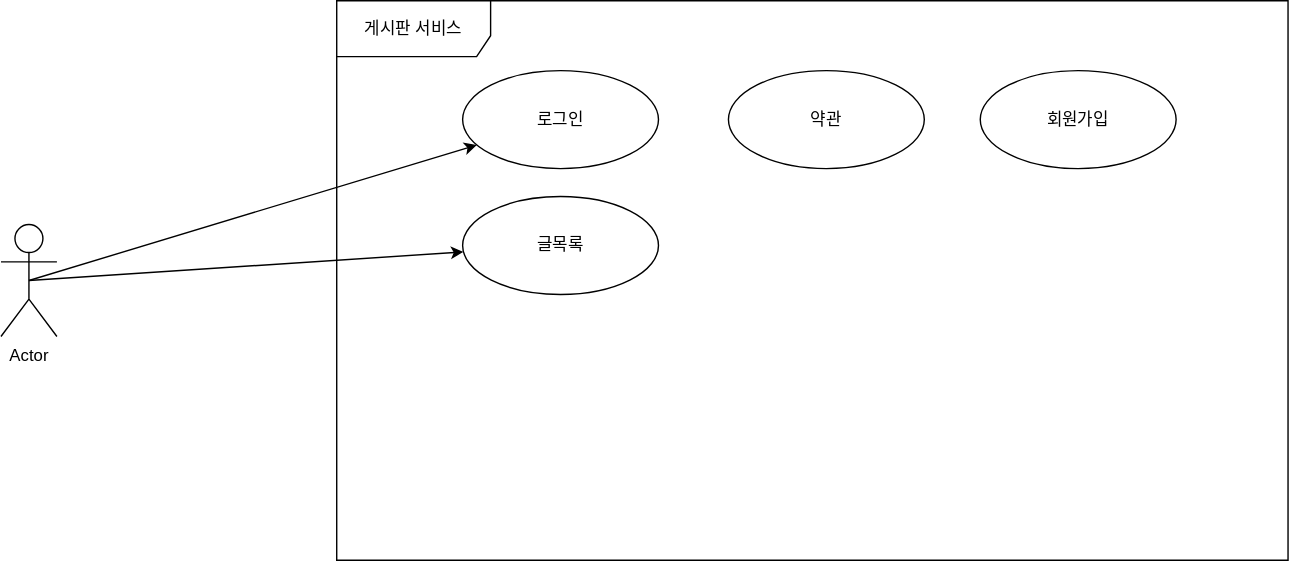
This is JBoard1/게시판 서비스.drawio.svg from hyun7494/JSP, a draw.io export, as it was before one commit. Source tidied: cells renumbered, new cells last; positions are measured from the earlier drawing's top-left corner, leaving out a move shared by most shapes.
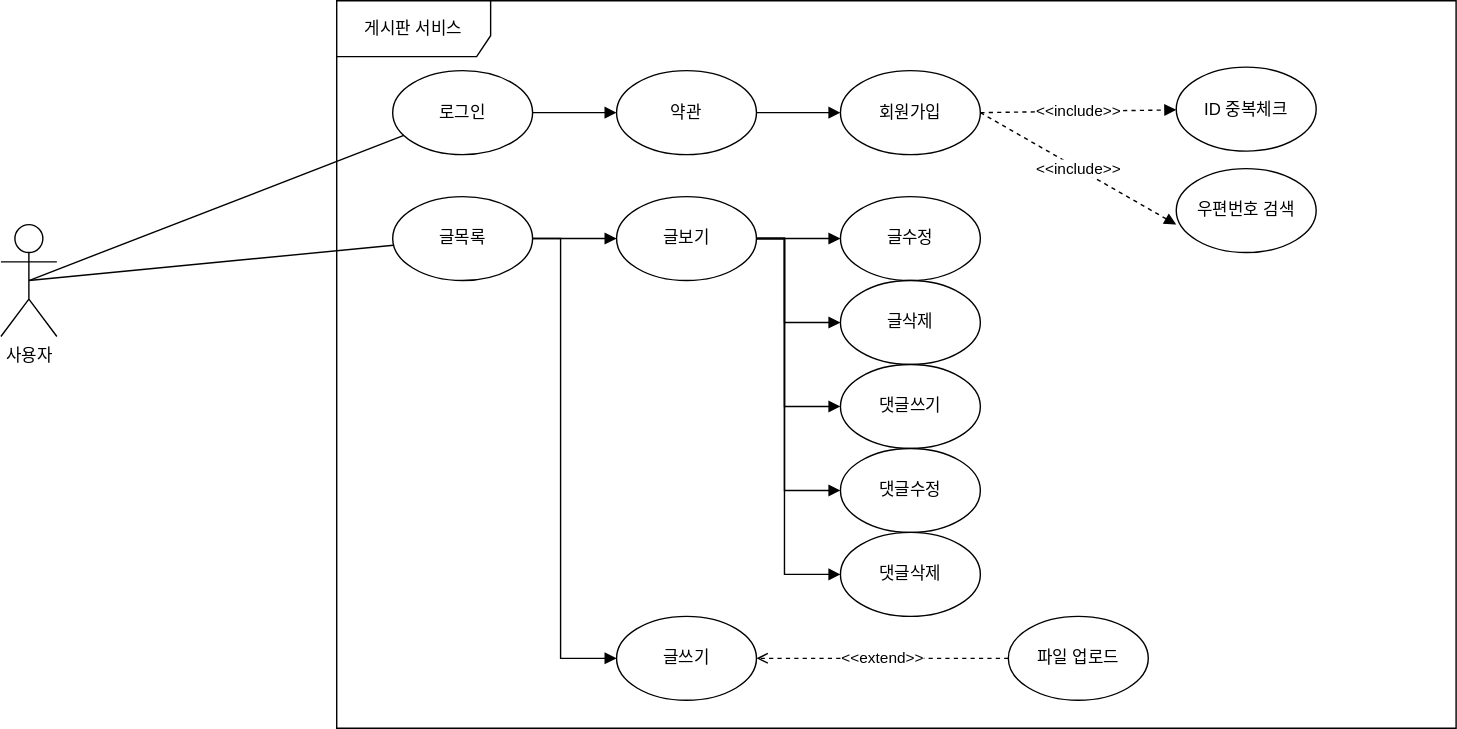
After the commit.

Commit message:
게시판 서비스.drawio.svg 업데이트

Change to the diagram source:
```diff
@@ -3,28 +3,118 @@
     <mxCell id="0" />
     <mxCell id="1" parent="0" />
     <mxCell id="2" value="게시판 서비스" style="shape=umlFrame;whiteSpace=wrap;html=1;width=110;height=40;" parent="1" vertex="1">
-      <mxGeometry x="240" width="680" height="400" as="geometry" />
+      <mxGeometry x="120" width="800" height="520" as="geometry" />
     </mxCell>
-    <mxCell id="3" style="rounded=0;jettySize=auto;html=1;exitX=0.5;exitY=0.5;exitDx=0;exitDy=0;exitPerimeter=0;startArrow=none;startFill=0;" parent="1" edge="1" source="5" target="6">
+    <mxCell id="3" style="rounded=0;jettySize=auto;html=1;exitX=0.5;exitY=0.5;exitDx=0;exitDy=0;exitPerimeter=0;startArrow=none;startFill=0;endArrow=none;endFill=0;" parent="1" edge="1" source="5" target="6">
       <mxGeometry relative="1" as="geometry" />
     </mxCell>
-    <mxCell id="4" style="rounded=0;jettySize=auto;html=1;exitX=0.5;exitY=0.5;exitDx=0;exitDy=0;exitPerimeter=0;startArrow=none;startFill=0;" parent="1" edge="1" source="5" target="7">
+    <mxCell id="4" style="rounded=0;jettySize=auto;html=1;exitX=0.5;exitY=0.5;exitDx=0;exitDy=0;exitPerimeter=0;startArrow=none;startFill=0;endArrow=none;endFill=0;" parent="1" edge="1" source="5" target="7">
       <mxGeometry relative="1" as="geometry" />
     </mxCell>
-    <mxCell id="5" value="Actor" style="shape=umlActor;verticalLabelPosition=bottom;verticalAlign=top;html=1;" parent="1" vertex="1">
-      <mxGeometry y="160" width="40" height="80" as="geometry" />
+    <mxCell id="5" value="사용자" style="shape=umlActor;verticalLabelPosition=bottom;verticalAlign=top;html=1;" parent="1" vertex="1">
+      <mxGeometry x="-120" y="160" width="40" height="80" as="geometry" />
     </mxCell>
+    <mxCell id="10" style="edgeStyle=none;rounded=0;jettySize=auto;html=1;exitX=1;exitY=0.5;exitDx=0;exitDy=0;startArrow=none;startFill=0;endArrow=block;endFill=1;" parent="1" edge="1" source="6" target="8">
+      <mxGeometry relative="1" as="geometry" />
+    </mxCell>
     <mxCell id="6" value="로그인" style="ellipse;whiteSpace=wrap;html=1;" parent="1" vertex="1">
-      <mxGeometry x="330" y="50" width="140" height="70" as="geometry" />
+      <mxGeometry x="160" y="50" width="100" height="60" as="geometry" />
     </mxCell>
+    <mxCell id="11" style="edgeStyle=none;rounded=0;jettySize=auto;html=1;exitX=1;exitY=0.5;exitDx=0;exitDy=0;entryX=0;entryY=0.5;entryDx=0;entryDy=0;startArrow=none;startFill=0;endArrow=block;endFill=1;" parent="1" edge="1" source="7" target="23">
+      <mxGeometry relative="1" as="geometry" />
+    </mxCell>
+    <mxCell id="12" style="edgeStyle=elbowEdgeStyle;rounded=0;jettySize=auto;html=1;exitX=1;exitY=0.5;exitDx=0;exitDy=0;startArrow=none;startFill=0;endArrow=block;endFill=1;" parent="1" edge="1" source="7" target="25">
+      <mxGeometry relative="1" as="geometry">
+        <Array as="points">
+          <mxPoint x="280" y="320" />
+        </Array>
+      </mxGeometry>
+    </mxCell>
     <mxCell id="7" value="글목록" style="ellipse;whiteSpace=wrap;html=1;" parent="1" vertex="1">
-      <mxGeometry x="330" y="140" width="140" height="70" as="geometry" />
+      <mxGeometry x="160" y="140" width="100" height="60" as="geometry" />
     </mxCell>
+    <mxCell id="13" style="edgeStyle=none;rounded=0;jettySize=auto;html=1;exitX=1;exitY=0.5;exitDx=0;exitDy=0;entryX=0;entryY=0.5;entryDx=0;entryDy=0;startArrow=none;startFill=0;endArrow=block;endFill=1;" parent="1" edge="1" source="8" target="9">
+      <mxGeometry relative="1" as="geometry" />
+    </mxCell>
     <mxCell id="8" value="약관" style="ellipse;whiteSpace=wrap;html=1;" parent="1" vertex="1">
-      <mxGeometry x="520" y="50" width="140" height="70" as="geometry" />
+      <mxGeometry x="320" y="50" width="100" height="60" as="geometry" />
     </mxCell>
+    <mxCell id="14" value="&amp;lt;&amp;lt;include&amp;gt;&amp;gt;" style="edgeStyle=none;rounded=0;jettySize=auto;html=1;exitX=1;exitY=0.5;exitDx=0;exitDy=0;startArrow=none;startFill=0;endArrow=block;endFill=1;dashed=1;" parent="1" edge="1" source="9" target="16">
+      <mxGeometry relative="1" as="geometry" />
+    </mxCell>
+    <mxCell id="15" value="&amp;lt;&amp;lt;include&amp;gt;&amp;gt;" style="edgeStyle=none;rounded=0;jettySize=auto;html=1;exitX=1;exitY=0.5;exitDx=0;exitDy=0;entryX=0;entryY=0.667;entryDx=0;entryDy=0;entryPerimeter=0;dashed=1;startArrow=none;startFill=0;endArrow=block;endFill=1;" parent="1" edge="1" source="9" target="17">
+      <mxGeometry relative="1" as="geometry" />
+    </mxCell>
     <mxCell id="9" value="회원가입" style="ellipse;whiteSpace=wrap;html=1;" parent="1" vertex="1">
-      <mxGeometry x="700" y="50" width="140" height="70" as="geometry" />
+      <mxGeometry x="480" y="50" width="100" height="60" as="geometry" />
     </mxCell>
+    <mxCell id="16" value="ID 중복체크" style="ellipse;whiteSpace=wrap;html=1;" parent="1" vertex="1">
+      <mxGeometry x="720" y="47.5" width="100" height="60" as="geometry" />
+    </mxCell>
+    <mxCell id="17" value="우편번호 검색" style="ellipse;whiteSpace=wrap;html=1;" parent="1" vertex="1">
+      <mxGeometry x="720" y="120" width="100" height="60" as="geometry" />
+    </mxCell>
+    <mxCell id="18" style="edgeStyle=elbowEdgeStyle;rounded=0;jettySize=auto;html=1;startArrow=none;startFill=0;endArrow=block;endFill=1;exitX=1;exitY=0.5;exitDx=0;exitDy=0;" parent="1" edge="1" source="23" target="24">
+      <mxGeometry relative="1" as="geometry">
+        <Array as="points">
+          <mxPoint x="440" y="170" />
+        </Array>
+      </mxGeometry>
+    </mxCell>
+    <mxCell id="19" style="edgeStyle=elbowEdgeStyle;rounded=0;jettySize=auto;html=1;exitX=1;exitY=0.5;exitDx=0;exitDy=0;startArrow=none;startFill=0;endArrow=block;endFill=1;" parent="1" edge="1" source="23" target="26">
+      <mxGeometry relative="1" as="geometry">
+        <Array as="points">
+          <mxPoint x="440" y="230" />
+        </Array>
+      </mxGeometry>
+    </mxCell>
+    <mxCell id="20" style="edgeStyle=elbowEdgeStyle;rounded=0;jettySize=auto;html=1;exitX=1;exitY=0.5;exitDx=0;exitDy=0;startArrow=none;startFill=0;endArrow=block;endFill=1;" parent="1" edge="1" source="23" target="27">
+      <mxGeometry relative="1" as="geometry">
+        <Array as="points">
+          <mxPoint x="440" y="290" />
+        </Array>
+      </mxGeometry>
+    </mxCell>
+    <mxCell id="21" style="edgeStyle=elbowEdgeStyle;rounded=0;jettySize=auto;html=1;exitX=1;exitY=0.5;exitDx=0;exitDy=0;startArrow=none;startFill=0;endArrow=block;endFill=1;" parent="1" edge="1" source="23" target="28">
+      <mxGeometry relative="1" as="geometry">
+        <Array as="points">
+          <mxPoint x="440" y="280" />
+        </Array>
+      </mxGeometry>
+    </mxCell>
+    <mxCell id="22" style="edgeStyle=elbowEdgeStyle;rounded=0;jettySize=auto;html=1;exitX=1;exitY=0.5;exitDx=0;exitDy=0;startArrow=none;startFill=0;endArrow=block;endFill=1;" parent="1" edge="1" source="23" target="29">
+      <mxGeometry relative="1" as="geometry">
+        <Array as="points">
+          <mxPoint x="440" y="260" />
+        </Array>
+      </mxGeometry>
+    </mxCell>
+    <mxCell id="23" value="글보기" style="ellipse;whiteSpace=wrap;html=1;" parent="1" vertex="1">
+      <mxGeometry x="320" y="140" width="100" height="60" as="geometry" />
+    </mxCell>
+    <mxCell id="24" value="글수정" style="ellipse;whiteSpace=wrap;html=1;" parent="1" vertex="1">
+      <mxGeometry x="480" y="140" width="100" height="60" as="geometry" />
+    </mxCell>
+    <mxCell id="25" value="글쓰기" style="ellipse;whiteSpace=wrap;html=1;" parent="1" vertex="1">
+      <mxGeometry x="320" y="440" width="100" height="60" as="geometry" />
+    </mxCell>
+    <mxCell id="26" value="글삭제" style="ellipse;whiteSpace=wrap;html=1;" parent="1" vertex="1">
+      <mxGeometry x="480" y="200" width="100" height="60" as="geometry" />
+    </mxCell>
+    <mxCell id="27" value="댓글쓰기" style="ellipse;whiteSpace=wrap;html=1;" parent="1" vertex="1">
+      <mxGeometry x="480" y="260" width="100" height="60" as="geometry" />
+    </mxCell>
+    <mxCell id="28" value="댓글수정" style="ellipse;whiteSpace=wrap;html=1;" parent="1" vertex="1">
+      <mxGeometry x="480" y="320" width="100" height="60" as="geometry" />
+    </mxCell>
+    <mxCell id="29" value="댓글삭제" style="ellipse;whiteSpace=wrap;html=1;" parent="1" vertex="1">
+      <mxGeometry x="480" y="380" width="100" height="60" as="geometry" />
+    </mxCell>
+    <mxCell id="30" value="&amp;lt;&amp;lt;extend&amp;gt;&amp;gt;" style="edgeStyle=elbowEdgeStyle;rounded=0;jettySize=auto;html=1;exitX=0;exitY=0.5;exitDx=0;exitDy=0;entryX=1;entryY=0.5;entryDx=0;entryDy=0;dashed=1;startArrow=none;startFill=0;endArrow=open;endFill=0;" parent="1" edge="1" source="31" target="25">
+      <mxGeometry relative="1" as="geometry" />
+    </mxCell>
+    <mxCell id="31" value="파일 업로드" style="ellipse;whiteSpace=wrap;html=1;" parent="1" vertex="1">
+      <mxGeometry x="600" y="440" width="100" height="60" as="geometry" />
+    </mxCell>
   </root>
 </mxGraphModel>
```
